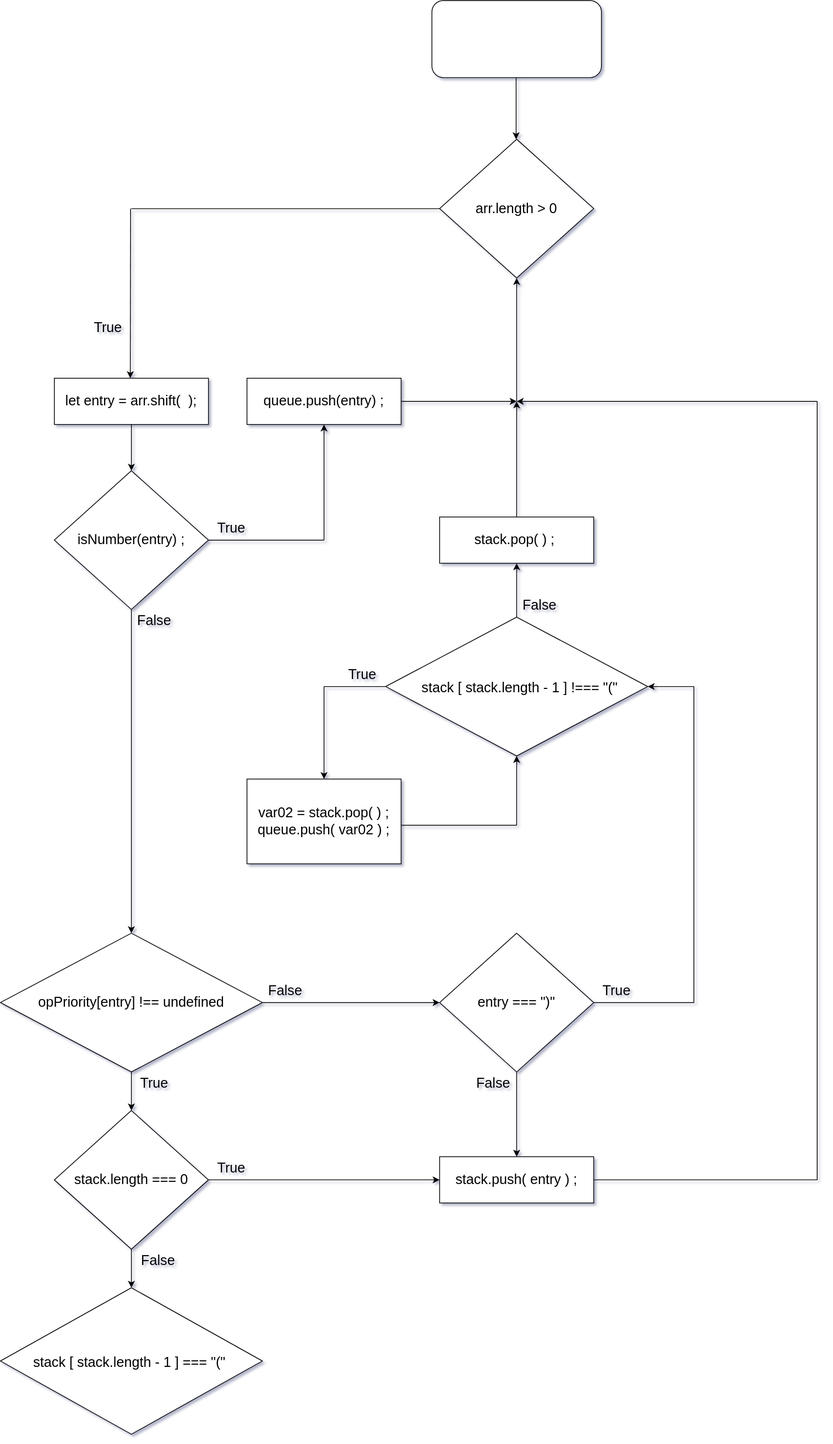
Above: Untitled Diagram.drawio.svg in jcgm3205/jcgm3205 (draw.io), before the change. Source tidied: cells renumbered, new cells last; positions are measured from the earlier drawing's top-left corner, leaving out a move shared by most shapes.
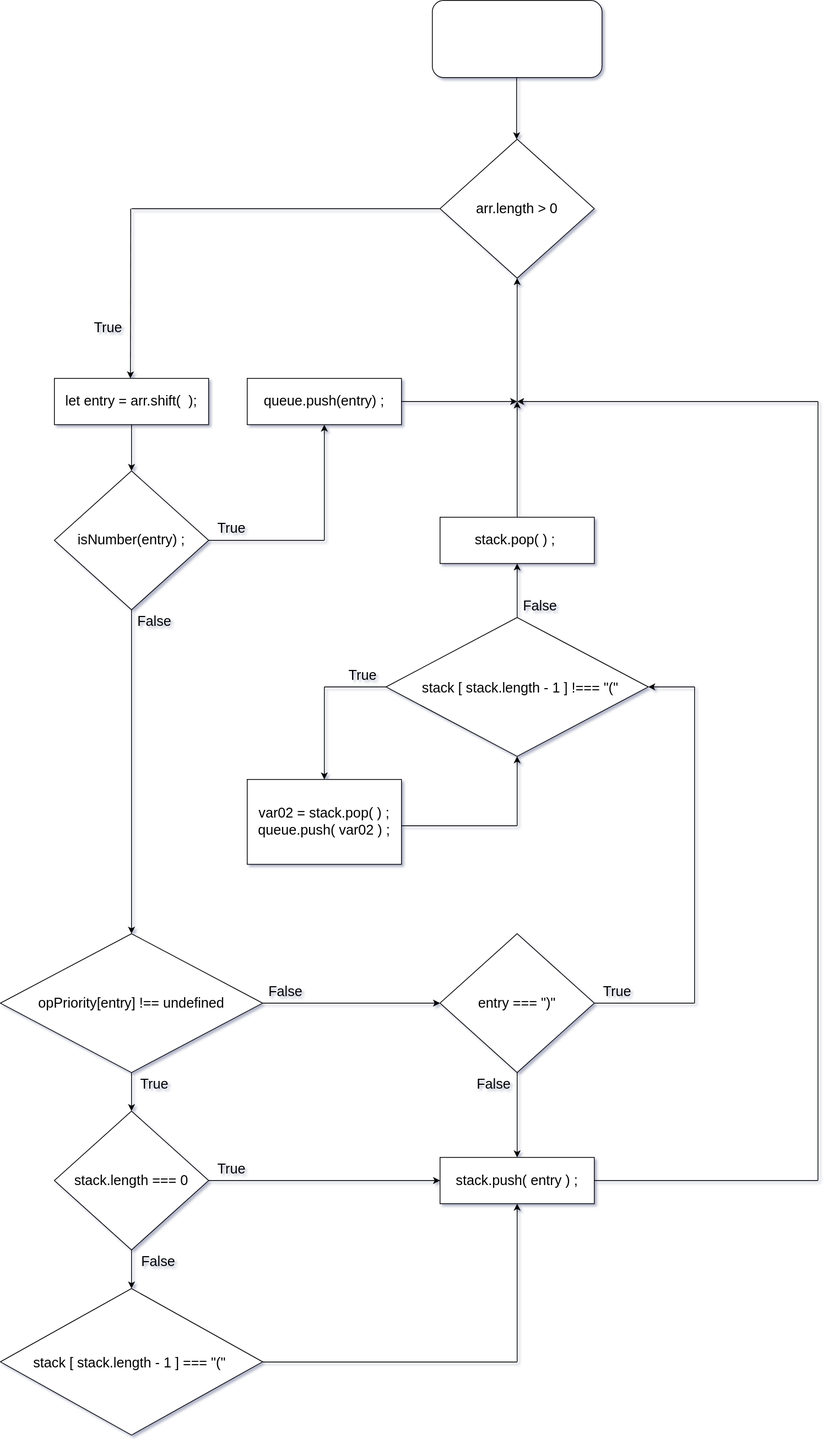
The same file after the commit.

What changed in the source:
```diff
@@ -245,5 +245,17 @@
     <mxCell id="62" value="stack [ stack.length - 1 ] === &quot;(&quot;" style="text;whiteSpace=wrap;html=1;fontSize=18;" parent="1" vertex="1">
       <mxGeometry x="41" y="1750" width="270" height="40" as="geometry" />
     </mxCell>
+    <mxCell id="63" style="endArrow=classic;html=1;rounded=0;fontSize=18;" parent="1" edge="1">
+      <mxGeometry relative="1" as="geometry">
+        <mxPoint x="670" y="1765" as="sourcePoint" />
+        <mxPoint x="670" y="1560" as="targetPoint" />
+      </mxGeometry>
+    </mxCell>
+    <mxCell id="64" style="endArrow=none;html=1;rounded=0;fontSize=18;" parent="1" edge="1">
+      <mxGeometry relative="1" as="geometry">
+        <mxPoint x="340" y="1765.3" as="sourcePoint" />
+        <mxPoint x="670" y="1765.3" as="targetPoint" />
+      </mxGeometry>
+    </mxCell>
   </root>
 </mxGraphModel>
```
